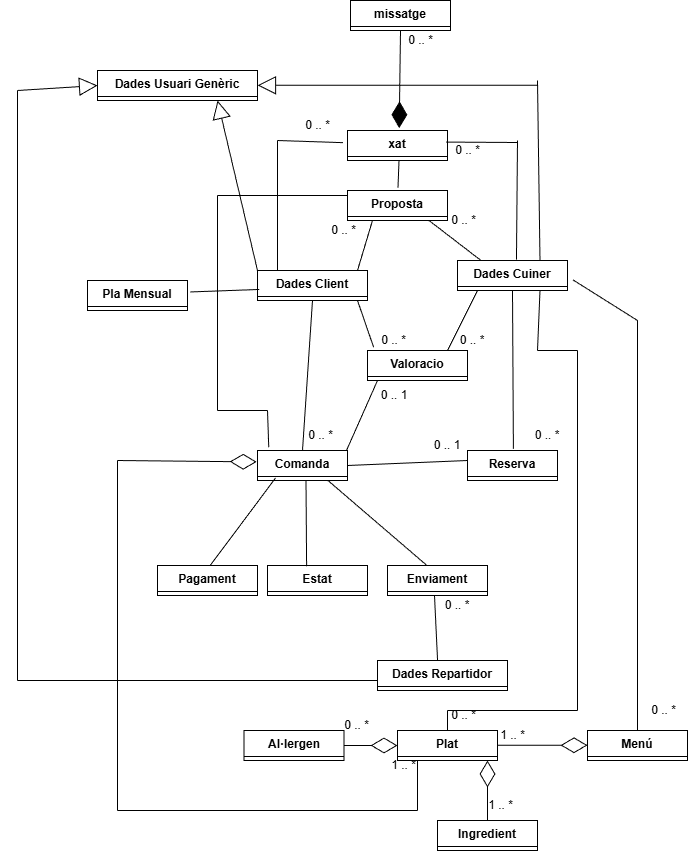
Above: Diagrames/Diagrama de classes/UML-Classes.drawio.png in MarcelPainos/ES26UAB-431-12 (draw.io), before the change. Source tidied: cells renumbered, new cells last; positions are measured from the earlier drawing's top-left corner, leaving out a move shared by most shapes.
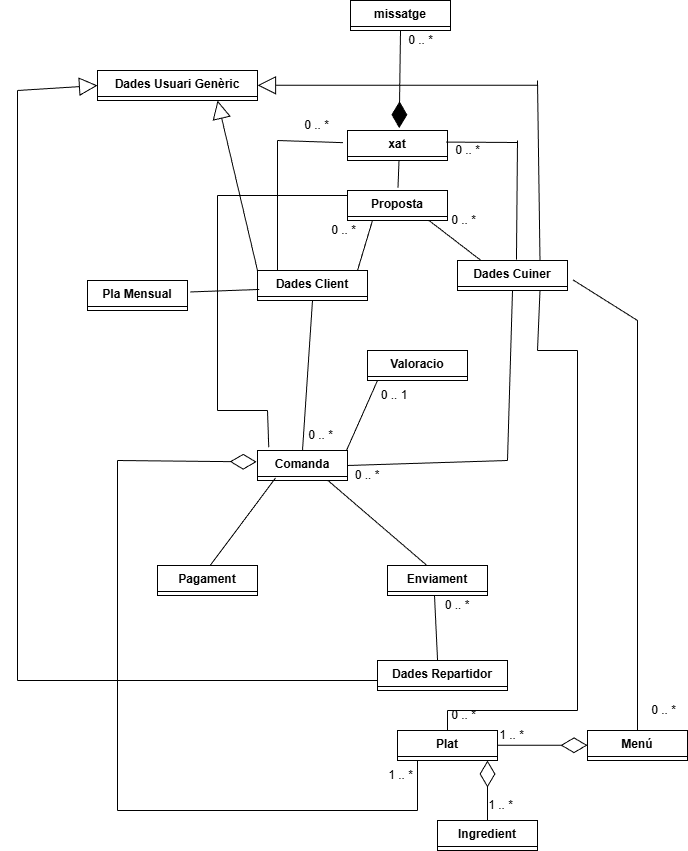
Later version of the same file.

The edit, as a diff of the source:
```diff
@@ -29,22 +29,18 @@
     <mxCell id="10" value="Enviament" style="swimlane;fontStyle=1;align=center;verticalAlign=top;horizontal=1;startSize=26;whiteSpace=wrap;html=1;" parent="1" vertex="1" collapsed="1">
       <mxGeometry x="370" y="565" width="100" height="30" as="geometry" />
     </mxCell>
-    <mxCell id="11" value="Reserva" style="swimlane;fontStyle=1;align=center;verticalAlign=top;horizontal=1;startSize=26;whiteSpace=wrap;html=1;" parent="1" vertex="1" collapsed="1">
-      <mxGeometry x="450" y="450" width="90" height="30" as="geometry" />
-    </mxCell>
-    <mxCell id="12" style="endArrow=none;html=1;rounded=0;exitX=0.51;exitY=-0.056;exitDx=0;exitDy=0;exitPerimeter=0;entryX=0.5;entryY=1;entryDx=0;entryDy=0;" parent="1" edge="1" source="11" target="4">
-      <mxGeometry relative="1" as="geometry" />
+    <mxCell id="12" style="endArrow=none;html=1;rounded=0;entryX=0.5;entryY=1;entryDx=0;entryDy=0;" parent="1" edge="1" target="4">
+      <mxGeometry relative="1" as="geometry">
+        <mxPoint x="490" y="460" as="sourcePoint" />
+      </mxGeometry>
     </mxCell>
-    <mxCell id="13" value="0 .. *" style="text;html=1;whiteSpace=wrap;strokeColor=none;fillColor=none;align=center;verticalAlign=middle;rounded=0;" parent="1" vertex="1">
-      <mxGeometry x="500" y="420" width="60" height="30" as="geometry" />
-    </mxCell>
     <mxCell id="14" style="endArrow=none;html=1;rounded=0;exitX=1;exitY=0.5;exitDx=0;exitDy=0;" parent="1" edge="1" source="6">
       <mxGeometry relative="1" as="geometry">
-        <mxPoint x="450" y="460" as="targetPoint" />
+        <mxPoint x="490" y="460" as="targetPoint" />
       </mxGeometry>
     </mxCell>
-    <mxCell id="15" value="0 .. 1" style="text;html=1;whiteSpace=wrap;strokeColor=none;fillColor=none;align=center;verticalAlign=middle;rounded=0;" parent="1" vertex="1">
-      <mxGeometry x="400" y="430" width="60" height="30" as="geometry" />
+    <mxCell id="15" value="0 .. *" style="text;html=1;whiteSpace=wrap;strokeColor=none;fillColor=none;align=center;verticalAlign=middle;rounded=0;" parent="1" vertex="1">
+      <mxGeometry x="320" y="460" width="60" height="30" as="geometry" />
     </mxCell>
     <mxCell id="16" style="endArrow=none;html=1;rounded=0;exitX=0.462;exitY=0;exitDx=0;exitDy=0;exitPerimeter=0;entryX=0.781;entryY=0.996;entryDx=0;entryDy=0;entryPerimeter=0;" parent="1" edge="1" source="5">
       <mxGeometry relative="1" as="geometry">
@@ -130,14 +126,6 @@
     <mxCell id="34" value="Valoracio" style="swimlane;fontStyle=1;align=center;verticalAlign=top;horizontal=1;startSize=26;whiteSpace=wrap;html=1;" parent="1" vertex="1" collapsed="1">
       <mxGeometry x="350" y="350" width="100" height="30" as="geometry" />
     </mxCell>
-    <mxCell id="35" style="endArrow=none;html=1;rounded=0;exitX=0.061;exitY=-0.11;exitDx=0;exitDy=0;exitPerimeter=0;" parent="1" edge="1" source="34">
-      <mxGeometry relative="1" as="geometry">
-        <mxPoint x="340" y="300" as="targetPoint" />
-      </mxGeometry>
-    </mxCell>
-    <mxCell id="36" value="0 .. *" style="text;html=1;whiteSpace=wrap;strokeColor=none;fillColor=none;align=center;verticalAlign=middle;rounded=0;" parent="1" vertex="1">
-      <mxGeometry x="353" y="330" width="47" height="20" as="geometry" />
-    </mxCell>
     <mxCell id="37" style="endArrow=none;html=1;rounded=0;" parent="1" edge="1">
       <mxGeometry relative="1" as="geometry">
         <mxPoint x="329" y="450" as="sourcePoint" />
@@ -147,15 +135,6 @@
     <mxCell id="38" value="0 .. 1" style="text;html=1;whiteSpace=wrap;strokeColor=none;fillColor=none;align=center;verticalAlign=middle;rounded=0;" parent="1" vertex="1">
       <mxGeometry x="361.5" y="390" width="30" height="10" as="geometry" />
     </mxCell>
-    <mxCell id="39" style="endArrow=none;html=1;rounded=0;" parent="1" edge="1">
-      <mxGeometry relative="1" as="geometry">
-        <mxPoint x="430" y="350" as="sourcePoint" />
-        <mxPoint x="460" y="290" as="targetPoint" />
-      </mxGeometry>
-    </mxCell>
-    <mxCell id="40" value="0 .. *" style="text;html=1;whiteSpace=wrap;strokeColor=none;fillColor=none;align=center;verticalAlign=middle;rounded=0;" parent="1" vertex="1">
-      <mxGeometry x="440" y="330" width="30" height="20" as="geometry" />
-    </mxCell>
     <mxCell id="41" style="endArrow=none;html=1;rounded=0;" parent="1" edge="1">
       <mxGeometry relative="1" as="geometry">
         <mxPoint x="260" y="270" as="sourcePoint" />
@@ -167,29 +146,12 @@
         <mxPoint x="260" y="140" as="sourcePoint" />
       </mxGeometry>
     </mxCell>
-    <mxCell id="43" value="Al·lergen" style="swimlane;fontStyle=1;align=center;verticalAlign=top;horizontal=1;startSize=26;whiteSpace=wrap;html=1;" parent="1" vertex="1" collapsed="1">
-      <mxGeometry x="226.5" y="730" width="100" height="30" as="geometry" />
-    </mxCell>
-    <mxCell id="44" style="endArrow=diamondThin;endFill=0;endSize=24;html=1;rounded=0;exitX=1;exitY=0.5;exitDx=0;exitDy=0;entryX=0;entryY=0.5;entryDx=0;entryDy=0;" parent="1" edge="1" source="43" target="18">
-      <mxGeometry relative="1" as="geometry" />
-    </mxCell>
     <mxCell id="45" value="1 .. *" style="text;html=1;whiteSpace=wrap;strokeColor=none;fillColor=none;align=center;verticalAlign=middle;rounded=0;" parent="1" vertex="1">
       <mxGeometry x="470" y="800" width="27" height="10" as="geometry" />
     </mxCell>
-    <mxCell id="46" value="0 .. *" style="text;html=1;whiteSpace=wrap;strokeColor=none;fillColor=none;align=center;verticalAlign=middle;rounded=0;" parent="1" vertex="1">
-      <mxGeometry x="326" y="720" width="27" height="10" as="geometry" />
-    </mxCell>
     <mxCell id="47" value="0 .. *" style="text;html=1;whiteSpace=wrap;strokeColor=none;fillColor=none;align=center;verticalAlign=middle;rounded=0;" parent="1" vertex="1">
       <mxGeometry x="433" y="710" width="27" height="10" as="geometry" />
     </mxCell>
-    <mxCell id="48" value="Estat" style="swimlane;fontStyle=1;align=center;verticalAlign=top;horizontal=1;startSize=26;whiteSpace=wrap;html=1;" parent="1" vertex="1" collapsed="1">
-      <mxGeometry x="250" y="565" width="100" height="30" as="geometry" />
-    </mxCell>
-    <mxCell id="49" style="endArrow=none;html=1;rounded=0;exitX=0.391;exitY=0.024;exitDx=0;exitDy=0;exitPerimeter=0;" parent="1" edge="1" source="48">
-      <mxGeometry relative="1" as="geometry">
-        <mxPoint x="288.5" y="480" as="targetPoint" />
-      </mxGeometry>
-    </mxCell>
     <mxCell id="50" value="Pla Mensual" style="swimlane;fontStyle=1;align=center;verticalAlign=top;horizontal=1;startSize=26;whiteSpace=wrap;html=1;" parent="1" vertex="1" collapsed="1">
       <mxGeometry x="70" y="280" width="100" height="30" as="geometry" />
     </mxCell>
@@ -236,7 +198,7 @@
       </mxGeometry>
     </mxCell>
     <mxCell id="60" value="1 .. *" style="text;html=1;whiteSpace=wrap;strokeColor=none;fillColor=none;align=center;verticalAlign=middle;rounded=0;" parent="1" vertex="1">
-      <mxGeometry x="373" y="760" width="27" height="10" as="geometry" />
+      <mxGeometry x="370" y="770" width="27" height="10" as="geometry" />
     </mxCell>
     <mxCell id="61" value="Proposta" style="swimlane;fontStyle=1;align=center;verticalAlign=top;horizontal=1;startSize=26;whiteSpace=wrap;html=1;" parent="1" vertex="1" collapsed="1">
       <mxGeometry x="330" y="190" width="100" height="30" as="geometry" />
```
